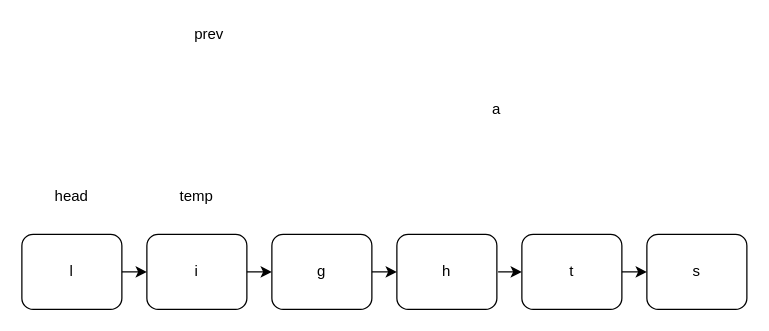
Qantas94Heavy/COMP1511-20T2 keeps this draw.io diagram as padding_left.drawio. Above is the earlier version. Source tidied: cells renumbered, new cells numbered last; positions are measured from the earlier drawing's top-left corner, leaving out a move shared by most shapes. Both pictures are drawn from the tidied source at 125%, with x=0, y=0 at pixel (21, 21).
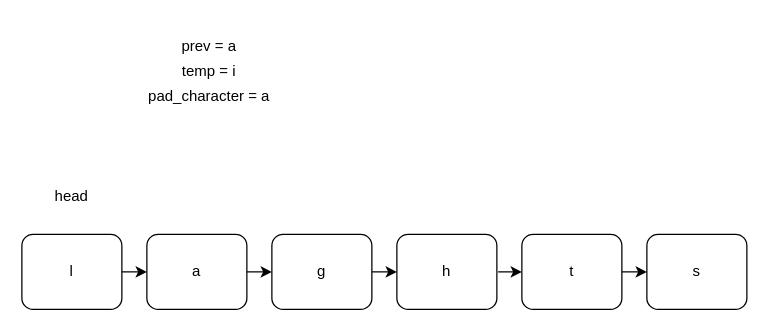
After the change.

Diff of the diagram source:
```diff
@@
 <mxGraphModel>
   <root>
     <mxCell id="0" />
     <mxCell id="1" parent="0" />
     <mxCell id="2" value="l" style="rounded=1;whiteSpace=wrap;html=1;" parent="1" vertex="1">
       <mxGeometry y="170" width="80" height="60" as="geometry" />
     </mxCell>
-    <mxCell id="3" value="a" style="text;html=1;strokeColor=none;fillColor=none;align=center;verticalAlign=middle;whiteSpace=wrap;rounded=0;" parent="1" vertex="1">
-      <mxGeometry x="360" y="60" width="40" height="20" as="geometry" />
+    <mxCell id="3" value="pad_character = a" style="text;html=1;strokeColor=none;fillColor=none;align=center;verticalAlign=middle;whiteSpace=wrap;rounded=0;" parent="1" vertex="1">
+      <mxGeometry x="80" y="50" width="140" height="20" as="geometry" />
     </mxCell>
-    <mxCell id="4" value="i" style="rounded=1;whiteSpace=wrap;html=1;" parent="1" vertex="1">
+    <mxCell id="4" value="a" style="rounded=1;whiteSpace=wrap;html=1;" parent="1" vertex="1">
       <mxGeometry x="100" y="170" width="80" height="60" as="geometry" />
     </mxCell>
     <mxCell id="5" value="g" style="rounded=1;whiteSpace=wrap;html=1;" parent="1" vertex="1">
       <mxGeometry x="200" y="170" width="80" height="60" as="geometry" />
     </mxCell>
     <mxCell id="6" value="h" style="rounded=1;whiteSpace=wrap;html=1;" parent="1" vertex="1">
       <mxGeometry x="300" y="170" width="80" height="60" as="geometry" />
     </mxCell>
     <mxCell id="7" value="t" style="rounded=1;whiteSpace=wrap;html=1;" parent="1" vertex="1">
       <mxGeometry x="400" y="170" width="80" height="60" as="geometry" />
     </mxCell>
     <mxCell id="8" value="s" style="rounded=1;whiteSpace=wrap;html=1;" parent="1" vertex="1">
       <mxGeometry x="500" y="170" width="80" height="60" as="geometry" />
     </mxCell>
     <mxCell id="9" style="endArrow=classic;html=1;entryX=0;entryY=0.5;entryDx=0;entryDy=0;exitX=1;exitY=0.5;exitDx=0;exitDy=0;" parent="1" edge="1" source="2" target="4">
       <mxGeometry relative="1" as="geometry" />
     </mxCell>
     <mxCell id="10" style="endArrow=classic;html=1;entryX=0;entryY=0.5;entryDx=0;entryDy=0;exitX=1;exitY=0.5;exitDx=0;exitDy=0;" parent="1" edge="1" source="4" target="5">
       <mxGeometry relative="1" as="geometry" />
     </mxCell>
     <mxCell id="11" style="endArrow=classic;html=1;entryX=0;entryY=0.5;entryDx=0;entryDy=0;exitX=1;exitY=0.5;exitDx=0;exitDy=0;" parent="1" edge="1" source="5" target="6">
       <mxGeometry relative="1" as="geometry" />
     </mxCell>
     <mxCell id="12" style="endArrow=classic;html=1;entryX=0;entryY=0.5;entryDx=0;entryDy=0;" parent="1" edge="1" target="7">
       <mxGeometry relative="1" as="geometry">
         <mxPoint x="381" y="200" as="sourcePoint" />
       </mxGeometry>
     </mxCell>
     <mxCell id="13" style="endArrow=classic;html=1;entryX=0;entryY=0.5;entryDx=0;entryDy=0;exitX=1;exitY=0.5;exitDx=0;exitDy=0;" parent="1" edge="1" source="7" target="8">
       <mxGeometry relative="1" as="geometry" />
     </mxCell>
     <mxCell id="14" value="head" style="text;html=1;strokeColor=none;fillColor=none;align=center;verticalAlign=middle;whiteSpace=wrap;rounded=0;" parent="1" vertex="1">
       <mxGeometry x="20" y="130" width="40" height="20" as="geometry" />
     </mxCell>
-    <mxCell id="15" value="prev" style="text;html=1;strokeColor=none;fillColor=none;align=center;verticalAlign=middle;whiteSpace=wrap;rounded=0;" parent="1" vertex="1">
-      <mxGeometry x="130" width="40" height="20" as="geometry" />
+    <mxCell id="15" value="prev = a" style="text;html=1;strokeColor=none;fillColor=none;align=center;verticalAlign=middle;whiteSpace=wrap;rounded=0;" parent="1" vertex="1">
+      <mxGeometry x="110" y="10" width="80" height="20" as="geometry" />
     </mxCell>
-    <mxCell id="16" value="temp" style="text;html=1;strokeColor=none;fillColor=none;align=center;verticalAlign=middle;whiteSpace=wrap;rounded=0;" parent="1" vertex="1">
-      <mxGeometry x="120" y="130" width="40" height="20" as="geometry" />
+    <mxCell id="16" value="temp = i" style="text;html=1;strokeColor=none;fillColor=none;align=center;verticalAlign=middle;whiteSpace=wrap;rounded=0;" parent="1" vertex="1">
+      <mxGeometry x="90" y="30" width="120" height="20" as="geometry" />
     </mxCell>
   </root>
 </mxGraphModel>
```
